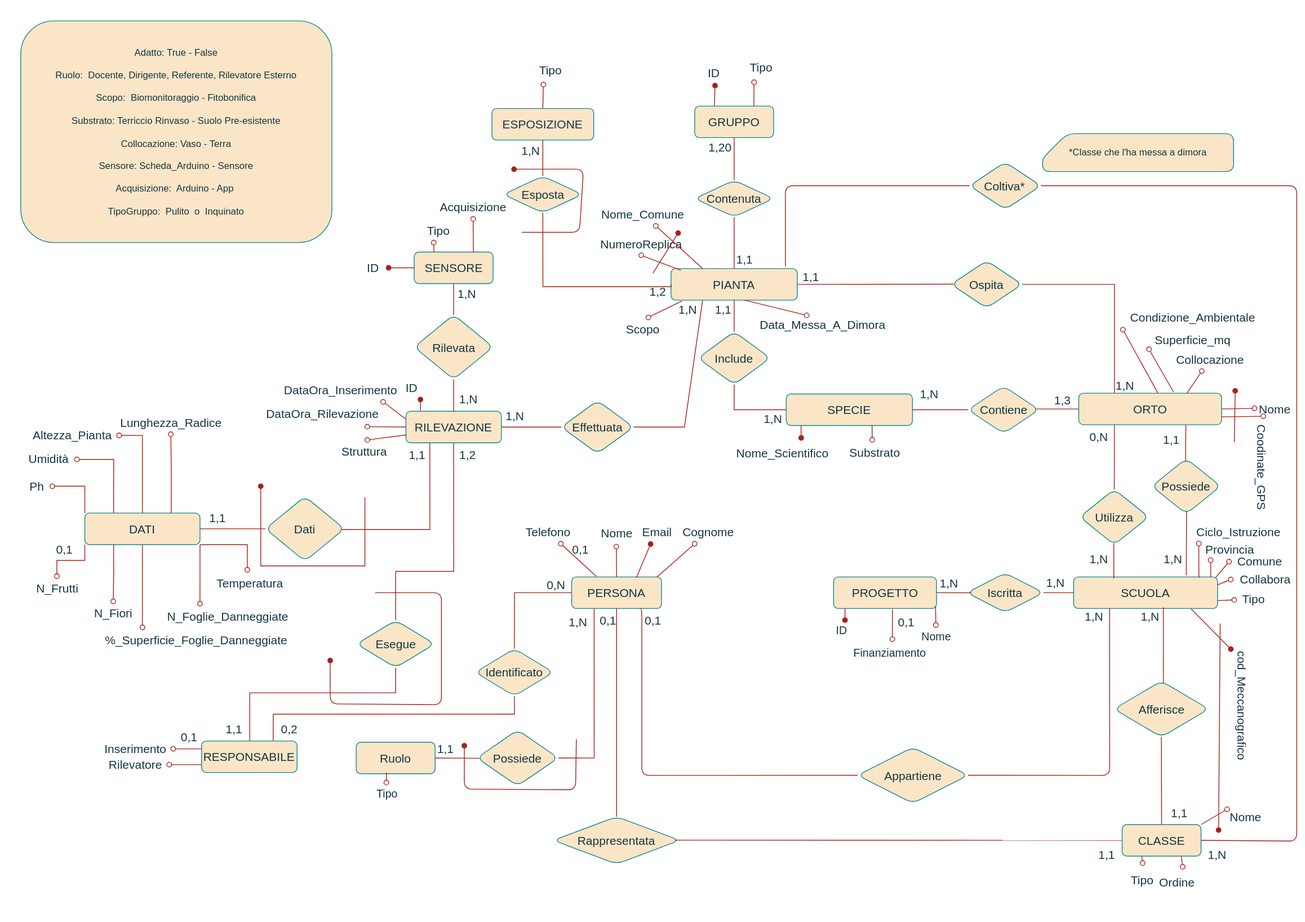
andrewasterix/BD keeps this draw.io diagram as Parte I - Progettazione Logica/Aggiuntivi/DiagrammaRistrutturato.svg. Above is the earlier version. Source tidied: cells renumbered, new cells last; positions are measured from the earlier drawing's top-left corner, leaving out a move shared by most shapes.
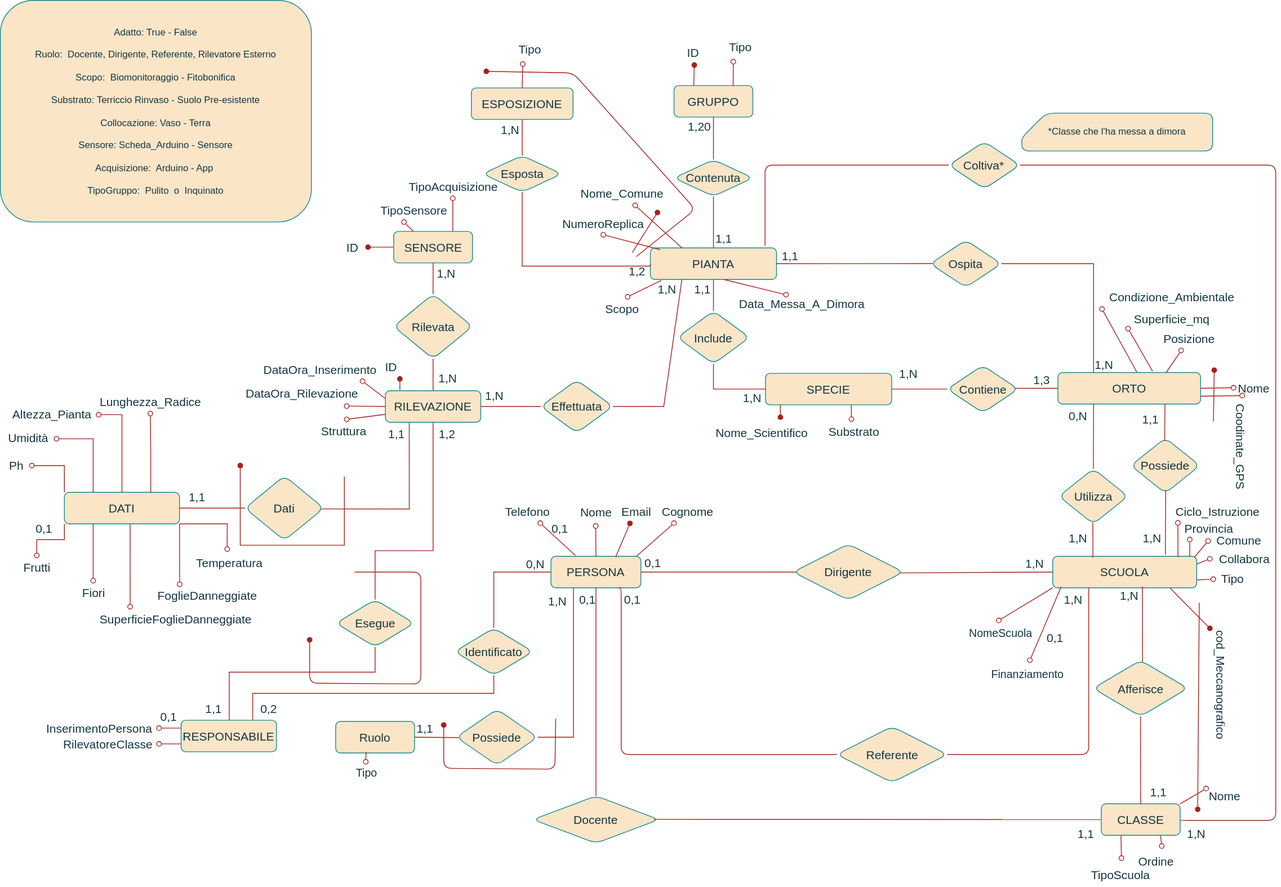
The same diagram one commit later.

Diff of the diagram source:
```diff
@@ -45,4 +45,4 @@
     </mxCell>
-    <mxCell id="15" value="Tipo" style="text;html=1;align=center;verticalAlign=middle;points=[];strokeColor=none;fillColor=none;fontSize=15;fontFamily=Helvetica;labelBackgroundColor=none;rounded=1;fontColor=#143642;" parent="1" vertex="1">
-      <mxGeometry x="1395.8" y="1074" width="50" height="30" as="geometry" />
+    <mxCell id="15" value="TipoScuola" style="text;html=1;align=center;verticalAlign=middle;points=[];strokeColor=none;fillColor=none;fontSize=15;fontFamily=Helvetica;labelBackgroundColor=none;rounded=1;fontColor=#143642;" parent="1" vertex="1">
+      <mxGeometry x="1373.8" y="1094" width="92" height="30" as="geometry" />
     </mxCell>
@@ -84,3 +84,3 @@
     </mxCell>
-    <mxCell id="25" value="Rappresentata" style="rhombus;whiteSpace=wrap;html=1;rounded=1;shadow=0;glass=0;fontSize=15;align=center;verticalAlign=middle;labelBackgroundColor=none;fillColor=#FAE5C7;strokeColor=#0F8B8D;fontColor=#143642;" parent="1" vertex="1">
+    <mxCell id="25" value="Docente" style="rhombus;whiteSpace=wrap;html=1;rounded=1;shadow=0;glass=0;fontSize=15;align=center;verticalAlign=middle;labelBackgroundColor=none;fillColor=#FAE5C7;strokeColor=#0F8B8D;fontColor=#143642;" parent="1" vertex="1">
       <mxGeometry x="675" y="1009" width="160" height="60" as="geometry" />
@@ -113,5 +113,2 @@
     </mxCell>
-    <mxCell id="33" value="Iscritta" style="rhombus;whiteSpace=wrap;html=1;fontFamily=Helvetica;fontSize=15;align=center;verticalAlign=middle;labelBackgroundColor=none;rounded=1;fillColor=#FAE5C7;strokeColor=#0F8B8D;fontColor=#143642;" parent="1" vertex="1">
-      <mxGeometry x="1199" y="700" width="97" height="50" as="geometry" />
-    </mxCell>
     <mxCell id="34" value="SPECIE" style="rounded=1;whiteSpace=wrap;html=1;shadow=0;glass=0;points=[[0,0,0,0,0],[0,0.25,0,0,0],[0,0.5,0,0,0],[0,0.75,0,0,0],[0,1,0,0,0],[0.25,0,0,0,0],[0.25,1,0,0,0],[0.5,0,0,0,0],[0.5,1,0,0,0],[0.75,0,0,0,0],[0.75,1,0,0,0],[1,0,0,0,0],[1,0.25,0,0,0],[1,0.5,0,0,0],[1,0.75,0,0,0],[1,1,0,0,0]];fontSize=15;labelBackgroundColor=none;fillColor=#FAE5C7;strokeColor=#0F8B8D;fontColor=#143642;" parent="1" vertex="1">
@@ -128,3 +125,3 @@
     </mxCell>
-    <mxCell id="38" value="Appartiene" style="rhombus;whiteSpace=wrap;html=1;fontFamily=Helvetica;fontSize=15;align=center;verticalAlign=middle;labelBackgroundColor=none;rounded=1;fillColor=#FAE5C7;strokeColor=#0F8B8D;fontColor=#143642;" parent="1" vertex="1">
+    <mxCell id="38" value="Referente" style="rhombus;whiteSpace=wrap;html=1;fontFamily=Helvetica;fontSize=15;align=center;verticalAlign=middle;labelBackgroundColor=none;rounded=1;fillColor=#FAE5C7;strokeColor=#0F8B8D;fontColor=#143642;" parent="1" vertex="1">
       <mxGeometry x="1060.5" y="921" width="140" height="71" as="geometry" />
@@ -177,8 +174,5 @@
     </mxCell>
-    <mxCell id="53" style="endArrow=none;html=1;rounded=0;entryX=0;entryY=0.5;entryDx=0;entryDy=0;entryPerimeter=0;exitX=1;exitY=0.5;exitDx=0;exitDy=0;labelBackgroundColor=none;strokeColor=#A8201A;fontColor=default;" parent="1" edge="1" source="33" target="2">
+    <mxCell id="53" style="endArrow=none;html=1;rounded=0;entryX=0;entryY=0.5;entryDx=0;entryDy=0;entryPerimeter=0;exitX=0.93;exitY=0.517;exitDx=0;exitDy=0;labelBackgroundColor=none;strokeColor=#A8201A;fontColor=default;exitPerimeter=0;" parent="1" edge="1" source="220" target="2">
       <mxGeometry relative="1" as="geometry" />
     </mxCell>
-    <mxCell id="54" value="PROGETTO" style="rounded=1;whiteSpace=wrap;html=1;shadow=0;glass=0;points=[[0,0,0,0,0],[0,0.25,0,0,0],[0,0.5,0,0,0],[0,0.75,0,0,0],[0,1,0,0,0],[0.25,0,0,0,0],[0.25,1,0,0,0],[0.5,0,0,0,0],[0.5,1,0,0,0],[0.75,0,0,0,0],[0.75,1,0,0,0],[1,0,0,0,0],[1,0.25,0,0,0],[1,0.5,0,0,0],[1,0.75,0,0,0],[1,1,0,0,0]];fontSize=15;labelBackgroundColor=none;fillColor=#FAE5C7;strokeColor=#0F8B8D;fontColor=#143642;" parent="1" vertex="1">
-      <mxGeometry x="1030" y="705" width="130.5" height="40" as="geometry" />
-    </mxCell>
     <mxCell id="55" style="endArrow=none;html=1;rounded=0;entryX=0.5;entryY=1;entryDx=0;entryDy=0;entryPerimeter=0;exitX=0.5;exitY=0;exitDx=0;exitDy=0;labelBackgroundColor=none;strokeColor=#A8201A;fontColor=default;" parent="1" edge="1" source="30" target="29">
@@ -222,5 +216,2 @@
     </mxCell>
-    <mxCell id="66" style="endArrow=none;html=1;rounded=0;exitX=1;exitY=0.5;exitDx=0;exitDy=0;exitPerimeter=0;entryX=0.056;entryY=0.503;entryDx=0;entryDy=0;labelBackgroundColor=none;strokeColor=#A8201A;fontColor=default;entryPerimeter=0;" parent="1" edge="1" source="54" target="33">
-      <mxGeometry relative="1" as="geometry" />
-    </mxCell>
     <mxCell id="67" style="edgeStyle=orthogonalEdgeStyle;rounded=1;jettySize=auto;html=1;entryX=0.909;entryY=-0.062;entryDx=0;entryDy=0;entryPerimeter=0;fontFamily=Helvetica;fontSize=15;fontColor=default;endArrow=none;endFill=0;labelBackgroundColor=none;exitX=0;exitY=0.5;exitDx=0;exitDy=0;strokeColor=#A8201A;" parent="1" edge="1" source="46" target="40">
@@ -295,4 +286,4 @@
     </mxCell>
-    <mxCell id="84" value="&lt;span style=&quot;font-size: 15px;&quot;&gt;Tipo&lt;/span&gt;" style="text;html=1;align=center;verticalAlign=middle;points=[];strokeColor=none;fillColor=none;fontSize=15;fontFamily=Helvetica;labelBackgroundColor=none;rounded=1;fontColor=#143642;" parent="1" vertex="1">
-      <mxGeometry x="504" y="251" width="50" height="30" as="geometry" />
+    <mxCell id="84" value="&lt;span style=&quot;font-size: 15px;&quot;&gt;TipoSensore&lt;/span&gt;" style="text;html=1;align=center;verticalAlign=middle;points=[];strokeColor=none;fillColor=none;fontSize=15;fontFamily=Helvetica;labelBackgroundColor=none;rounded=1;fontColor=#143642;" parent="1" vertex="1">
+      <mxGeometry x="472" y="251" width="103" height="30" as="geometry" />
     </mxCell>
@@ -301,4 +292,4 @@
     </mxCell>
-    <mxCell id="86" value="&lt;span style=&quot;font-size: 15px;&quot;&gt;Acquisizione&lt;br&gt;&lt;/span&gt;" style="text;html=1;align=center;verticalAlign=middle;points=[];strokeColor=none;fillColor=none;fontSize=15;fontFamily=Helvetica;labelBackgroundColor=none;rounded=1;fontColor=#143642;" parent="1" vertex="1">
-      <mxGeometry x="518" y="221" width="110" height="30" as="geometry" />
+    <mxCell id="86" value="&lt;span style=&quot;font-size: 15px;&quot;&gt;TipoAcquisizione&lt;br&gt;&lt;/span&gt;" style="text;html=1;align=center;verticalAlign=middle;points=[];strokeColor=none;fillColor=none;fontSize=15;fontFamily=Helvetica;labelBackgroundColor=none;rounded=1;fontColor=#143642;" parent="1" vertex="1">
+      <mxGeometry x="508" y="221" width="131" height="30" as="geometry" />
     </mxCell>
@@ -320,3 +311,3 @@
     <mxCell id="92" value="&lt;span style=&quot;font-size: 15px;&quot;&gt;NumeroReplica&lt;/span&gt;" style="text;html=1;align=center;verticalAlign=middle;points=[];strokeColor=none;fillColor=none;fontSize=15;fontFamily=Helvetica;labelBackgroundColor=none;rounded=1;fontColor=#143642;arcSize=0;rotation=0;" parent="1" vertex="1">
-      <mxGeometry x="725" y="268" width="121" height="30" as="geometry" />
+      <mxGeometry x="703" y="268" width="121" height="30" as="geometry" />
     </mxCell>
@@ -371,4 +362,4 @@
     </mxCell>
-    <mxCell id="108" value="Collocazione" style="text;html=1;align=center;verticalAlign=middle;points=[];strokeColor=none;fillColor=none;fontSize=15;fontFamily=Helvetica;labelBackgroundColor=none;rounded=1;fontColor=#143642;" parent="1" vertex="1">
-      <mxGeometry x="1451.8" y="414" width="110" height="30" as="geometry" />
+    <mxCell id="108" value="Posizione" style="text;html=1;align=center;verticalAlign=middle;points=[];strokeColor=none;fillColor=none;fontSize=15;fontFamily=Helvetica;labelBackgroundColor=none;rounded=1;fontColor=#143642;" parent="1" vertex="1">
+      <mxGeometry x="1465.8" y="414" width="83" height="30" as="geometry" />
     </mxCell>
@@ -459,13 +450,7 @@
     <mxCell id="133" value="0,1" style="text;html=1;align=center;verticalAlign=middle;strokeColor=none;fillColor=none;fontSize=15;fontFamily=Helvetica;rounded=1;labelBackgroundColor=none;fontColor=#143642;" parent="1" vertex="1">
-      <mxGeometry x="1102" y="747" width="40" height="30" as="geometry" />
+      <mxGeometry x="1316.8" y="793" width="40" height="30" as="geometry" />
     </mxCell>
-    <mxCell id="134" value="ID" style="text;html=1;align=center;verticalAlign=middle;points=[];strokeColor=none;fillColor=none;fontSize=14;labelBackgroundColor=none;rounded=1;fontColor=#143642;" parent="1" vertex="1">
-      <mxGeometry x="1019.5" y="758" width="40" height="30" as="geometry" />
+    <mxCell id="134" value="NomeScuola" style="text;html=1;align=center;verticalAlign=middle;points=[];strokeColor=none;fillColor=none;fontSize=14;labelBackgroundColor=none;rounded=1;fontColor=#143642;" parent="1" vertex="1">
+      <mxGeometry x="1218.8" y="788" width="98" height="29" as="geometry" />
     </mxCell>
-    <mxCell id="135" value="Nome" style="text;html=1;align=center;verticalAlign=middle;points=[];strokeColor=none;fillColor=none;fontSize=14;labelBackgroundColor=none;rounded=1;fontColor=#143642;" parent="1" vertex="1">
-      <mxGeometry x="1130" y="766" width="60" height="30" as="geometry" />
-    </mxCell>
-    <mxCell id="136" style="edgeStyle=none;shape=connector;rounded=1;jettySize=auto;html=1;labelBackgroundColor=none;fontFamily=Helvetica;fontSize=15;fontColor=default;endArrow=oval;endFill=1;strokeColor=#A8201A;entryX=0.625;entryY=0.059;entryDx=0;entryDy=0;entryPerimeter=0;exitX=0.111;exitY=0.996;exitDx=0;exitDy=0;exitPerimeter=0;" parent="1" edge="1" source="54" target="134">
-      <mxGeometry relative="1" as="geometry" />
-    </mxCell>
     <mxCell id="137" value="0,1" style="text;html=1;align=center;verticalAlign=middle;strokeColor=none;fillColor=none;fontSize=15;fontFamily=Helvetica;rounded=1;labelBackgroundColor=none;fontColor=#143642;" parent="1" vertex="1">
@@ -477,6 +462,6 @@
     <mxCell id="139" value="1,N" style="text;html=1;align=center;verticalAlign=middle;strokeColor=none;fillColor=none;fontSize=15;fontFamily=Helvetica;rounded=1;labelBackgroundColor=none;fontColor=#143642;" parent="1" vertex="1">
-      <mxGeometry x="1290.5" y="697" width="41" height="30" as="geometry" />
+      <mxGeometry x="1290.5" y="699" width="41" height="30" as="geometry" />
     </mxCell>
     <mxCell id="140" value="1,N" style="text;html=1;align=center;verticalAlign=middle;strokeColor=none;fillColor=none;fontSize=15;fontFamily=Helvetica;rounded=1;labelBackgroundColor=none;fontColor=#143642;" parent="1" vertex="1">
-      <mxGeometry x="1339" y="740" width="41" height="30" as="geometry" />
+      <mxGeometry x="1339" y="745" width="41" height="30" as="geometry" />
     </mxCell>
@@ -545,4 +530,4 @@
     </mxCell>
-    <mxCell id="162" value="1,N" style="text;html=1;align=center;verticalAlign=middle;strokeColor=none;fillColor=none;fontSize=15;fontFamily=Helvetica;rounded=1;labelBackgroundColor=none;fontColor=#143642;" parent="1" vertex="1">
-      <mxGeometry x="1155" y="698" width="41" height="30" as="geometry" />
+    <mxCell id="162" value="0,1" style="text;html=1;align=center;verticalAlign=middle;strokeColor=none;fillColor=none;fontSize=15;fontFamily=Helvetica;rounded=1;labelBackgroundColor=none;fontColor=#143642;" parent="1" vertex="1">
+      <mxGeometry x="807" y="698" width="39" height="30" as="geometry" />
     </mxCell>
@@ -590,3 +575,3 @@
     </mxCell>
-    <mxCell id="173" style="edgeStyle=orthogonalEdgeStyle;rounded=0;jettySize=auto;html=1;exitX=1;exitY=1;exitDx=0;exitDy=0;exitPerimeter=0;entryX=0.298;entryY=-0.033;entryDx=0;entryDy=0;entryPerimeter=0;strokeColor=#A8201A;fontColor=default;fillColor=#FAE5C7;endArrow=oval;endFill=0;labelBackgroundColor=none;" parent="1" edge="1" source="177" target="189">
+    <mxCell id="173" style="edgeStyle=orthogonalEdgeStyle;rounded=0;jettySize=auto;html=1;exitX=1;exitY=1;exitDx=0;exitDy=0;exitPerimeter=0;entryX=0.258;entryY=0.02;entryDx=0;entryDy=0;entryPerimeter=0;strokeColor=#A8201A;fontColor=default;fillColor=#FAE5C7;endArrow=oval;endFill=0;labelBackgroundColor=none;" parent="1" edge="1" source="177" target="189">
       <mxGeometry relative="1" as="geometry" />
@@ -594,3 +579,7 @@
     <mxCell id="174" style="edgeStyle=orthogonalEdgeStyle;rounded=0;jettySize=auto;html=1;exitX=0.5;exitY=1;exitDx=0;exitDy=0;exitPerimeter=0;entryX=0.229;entryY=-0.033;entryDx=0;entryDy=0;entryPerimeter=0;strokeColor=#A8201A;fontColor=default;fillColor=#FAE5C7;endArrow=oval;endFill=0;labelBackgroundColor=none;" parent="1" edge="1" source="177" target="190">
-      <mxGeometry relative="1" as="geometry" />
+      <mxGeometry relative="1" as="geometry">
+        <Array as="points">
+          <mxPoint x="164" y="664" />
+        </Array>
+      </mxGeometry>
     </mxCell>
@@ -645,25 +634,20 @@
     </mxCell>
-    <mxCell id="187" value="N_Frutti" style="text;html=1;align=center;verticalAlign=middle;points=[];strokeColor=none;fillColor=none;fontSize=15;fontFamily=Helvetica;labelBackgroundColor=none;rounded=1;fontColor=#143642;" parent="1" vertex="1">
-      <mxGeometry x="10" y="704" width="71" height="30" as="geometry" />
+    <mxCell id="187" value="Frutti" style="text;html=1;align=center;verticalAlign=middle;points=[];strokeColor=none;fillColor=none;fontSize=15;fontFamily=Helvetica;labelBackgroundColor=none;rounded=1;fontColor=#143642;" parent="1" vertex="1">
+      <mxGeometry x="20" y="704" width="52" height="30" as="geometry" />
     </mxCell>
-    <mxCell id="188" value="N_Fiori" style="text;html=1;align=center;verticalAlign=middle;points=[];strokeColor=none;fillColor=none;fontSize=15;fontFamily=Helvetica;labelBackgroundColor=none;rounded=1;fontColor=#143642;" parent="1" vertex="1">
-      <mxGeometry x="84" y="736" width="66" height="30" as="geometry" />
+    <mxCell id="188" value="Fiori" style="text;html=1;align=center;verticalAlign=middle;points=[];strokeColor=none;fillColor=none;fontSize=15;fontFamily=Helvetica;labelBackgroundColor=none;rounded=1;fontColor=#143642;" parent="1" vertex="1">
+      <mxGeometry x="94" y="736" width="47" height="30" as="geometry" />
     </mxCell>
-    <mxCell id="189" value="N_Foglie_Danneggiate" style="text;html=1;align=center;verticalAlign=middle;points=[];strokeColor=none;fillColor=none;fontSize=15;fontFamily=Helvetica;labelBackgroundColor=none;rounded=1;fontColor=#143642;" parent="1" vertex="1">
-      <mxGeometry x="176" y="740" width="171" height="30" as="geometry" />
+    <mxCell id="189" value="FoglieDanneggiate" style="text;html=1;align=center;verticalAlign=middle;points=[];strokeColor=none;fillColor=none;fontSize=15;fontFamily=Helvetica;labelBackgroundColor=none;rounded=1;fontColor=#143642;" parent="1" vertex="1">
+      <mxGeometry x="190" y="740" width="144" height="30" as="geometry" />
     </mxCell>
-    <mxCell id="190" value="%_Superficie_Foglie_Danneggiate" style="text;html=1;align=center;verticalAlign=middle;points=[];strokeColor=none;fillColor=none;fontSize=15;fontFamily=Helvetica;labelBackgroundColor=none;rounded=1;fontColor=#143642;" parent="1" vertex="1">
-      <mxGeometry x="97" y="770" width="249" height="30" as="geometry" />
+    <mxCell id="190" value="SuperficieFoglieDanneggiate" style="text;html=1;align=center;verticalAlign=middle;points=[];strokeColor=none;fillColor=none;fontSize=15;fontFamily=Helvetica;labelBackgroundColor=none;rounded=1;fontColor=#143642;" parent="1" vertex="1">
+      <mxGeometry x="116" y="770" width="211" height="30" as="geometry" />
     </mxCell>
-    <mxCell id="191" style="edgeStyle=none;shape=connector;rounded=1;jettySize=auto;html=1;labelBackgroundColor=none;fontFamily=Helvetica;fontSize=15;fontColor=default;endArrow=oval;endFill=0;entryX=0.532;entryY=-0.107;entryDx=0;entryDy=0;entryPerimeter=0;strokeColor=#A8201A;exitX=0.579;exitY=1.025;exitDx=0;exitDy=0;exitPerimeter=0;" parent="1" edge="1" target="192">
-      <mxGeometry relative="1" as="geometry">
-        <mxPoint x="1104.6" y="746" as="sourcePoint" />
-      </mxGeometry>
+    <mxCell id="191" style="edgeStyle=none;shape=connector;rounded=1;jettySize=auto;html=1;labelBackgroundColor=none;fontFamily=Helvetica;fontSize=15;fontColor=default;endArrow=oval;endFill=0;entryX=0.532;entryY=-0.107;entryDx=0;entryDy=0;entryPerimeter=0;strokeColor=#A8201A;exitX=0.058;exitY=0.97;exitDx=0;exitDy=0;exitPerimeter=0;" parent="1" edge="1" source="2" target="192">
+      <mxGeometry relative="1" as="geometry" />
     </mxCell>
     <mxCell id="192" value="Finanziamento" style="text;html=1;align=center;verticalAlign=middle;points=[];strokeColor=none;fillColor=none;fontSize=14;labelBackgroundColor=none;rounded=1;fontColor=#143642;" parent="1" vertex="1">
-      <mxGeometry x="1046" y="787" width="110" height="29" as="geometry" />
+      <mxGeometry x="1246.8" y="840" width="110" height="29" as="geometry" />
     </mxCell>
-    <mxCell id="193" style="edgeStyle=none;shape=connector;rounded=1;jettySize=auto;html=1;labelBackgroundColor=none;fontFamily=Helvetica;fontSize=15;fontColor=default;endArrow=oval;endFill=0;strokeColor=#A8201A;exitX=0.99;exitY=0.921;exitDx=0;exitDy=0;exitPerimeter=0;" parent="1" edge="1" source="54" target="135">
-      <mxGeometry relative="1" as="geometry" />
-    </mxCell>
     <mxCell id="194" style="edgeStyle=none;shape=connector;rounded=1;orthogonalLoop=1;jettySize=auto;html=1;labelBackgroundColor=none;fontFamily=Helvetica;fontSize=15;fontColor=default;endArrow=oval;endFill=1;strokeColor=#A8201A;" parent="1" edge="1">
@@ -724,7 +708,7 @@
     </mxCell>
-    <mxCell id="206" value="Inserimento" style="text;html=1;align=center;verticalAlign=middle;points=[];strokeColor=none;fillColor=none;fontSize=15;fontFamily=Helvetica;labelBackgroundColor=none;rounded=1;fontColor=#143642;" parent="1" vertex="1">
-      <mxGeometry x="97" y="908" width="96" height="30" as="geometry" />
+    <mxCell id="206" value="InserimentoPersona" style="text;html=1;align=center;verticalAlign=middle;points=[];strokeColor=none;fillColor=none;fontSize=15;fontFamily=Helvetica;labelBackgroundColor=none;rounded=1;fontColor=#143642;" parent="1" vertex="1">
+      <mxGeometry x="49" y="908" width="152" height="30" as="geometry" />
     </mxCell>
-    <mxCell id="207" value="Rilevatore" style="text;html=1;align=center;verticalAlign=middle;points=[];strokeColor=none;fillColor=none;fontSize=15;fontFamily=Helvetica;labelBackgroundColor=none;rounded=1;fontColor=#143642;" parent="1" vertex="1">
-      <mxGeometry x="102" y="928" width="86" height="30" as="geometry" />
+    <mxCell id="207" value="RilevatoreClasse" style="text;html=1;align=center;verticalAlign=middle;points=[];strokeColor=none;fillColor=none;fontSize=15;fontFamily=Helvetica;labelBackgroundColor=none;rounded=1;fontColor=#143642;" parent="1" vertex="1">
+      <mxGeometry x="70" y="928" width="131" height="30" as="geometry" />
     </mxCell>
@@ -764,7 +748,7 @@
       <mxGeometry relative="1" as="geometry">
-        <mxPoint x="635" y="268" as="sourcePoint" />
-        <mxPoint x="625" y="188" as="targetPoint" />
+        <mxPoint x="806" y="325" as="sourcePoint" />
+        <mxPoint x="616" y="90" as="targetPoint" />
         <Array as="points">
-          <mxPoint x="708" y="268" />
-          <mxPoint x="713" y="188" />
+          <mxPoint x="881" y="265" />
+          <mxPoint x="726" y="92" />
         </Array>
@@ -778,2 +762,13 @@
     </mxCell>
+    <mxCell id="219" style="edgeStyle=none;shape=connector;rounded=1;jettySize=auto;html=1;labelBackgroundColor=none;fontFamily=Helvetica;fontSize=15;fontColor=default;endArrow=oval;endFill=0;entryX=0.481;entryY=-0.055;entryDx=0;entryDy=0;entryPerimeter=0;strokeColor=#A8201A;exitX=0;exitY=1;exitDx=0;exitDy=0;exitPerimeter=0;" parent="1" edge="1" source="2" target="134">
+      <mxGeometry relative="1" as="geometry" />
+    </mxCell>
+    <mxCell id="220" value="Dirigente" style="rhombus;whiteSpace=wrap;html=1;fontFamily=Helvetica;fontSize=15;align=center;verticalAlign=middle;labelBackgroundColor=none;rounded=1;fillColor=#FAE5C7;strokeColor=#0F8B8D;fontColor=#143642;" parent="1" vertex="1">
+      <mxGeometry x="1005" y="689.5" width="140" height="71" as="geometry" />
+    </mxCell>
+    <mxCell id="221" style="endArrow=none;html=1;rounded=0;labelBackgroundColor=none;strokeColor=#A8201A;fontColor=default;" parent="1" edge="1" source="4">
+      <mxGeometry relative="1" as="geometry">
+        <mxPoint x="1009" y="725" as="targetPoint" />
+      </mxGeometry>
+    </mxCell>
   </root>
```
